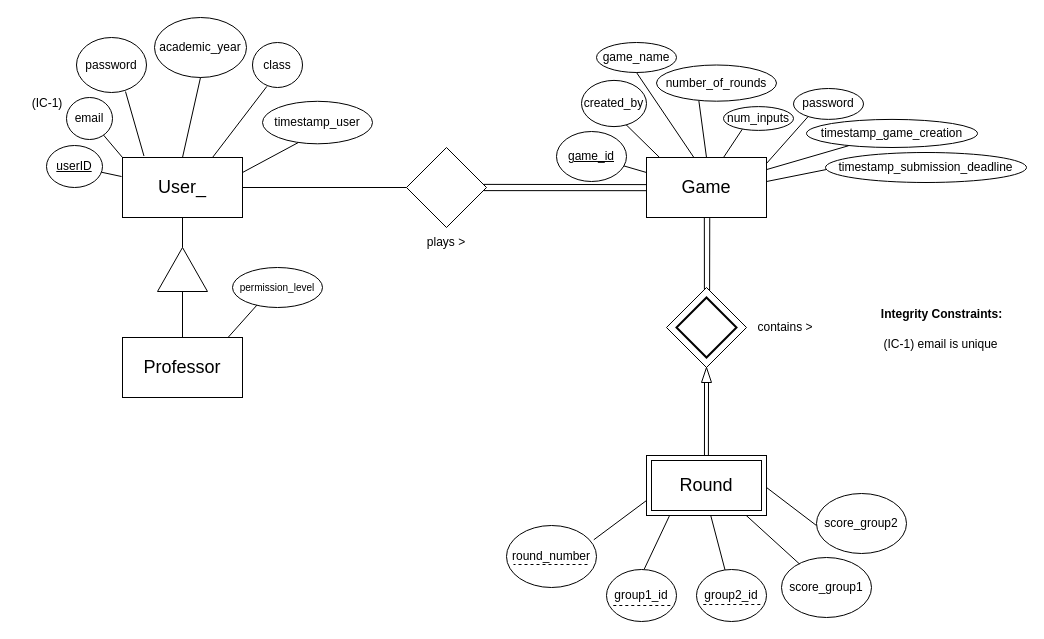
bforbesc/AI-Assistant-Competition keeps this draw.io diagram as E-R_Model/E-R Model.drawio. Above is the earlier version. Source tidied: cells renumbered, new cells numbered last; positions are measured from the earlier drawing's top-left corner, leaving out a move shared by most shapes. Both pictures are drawn from the tidied source at 100%, with x=0, y=0 at pixel (17, 17).
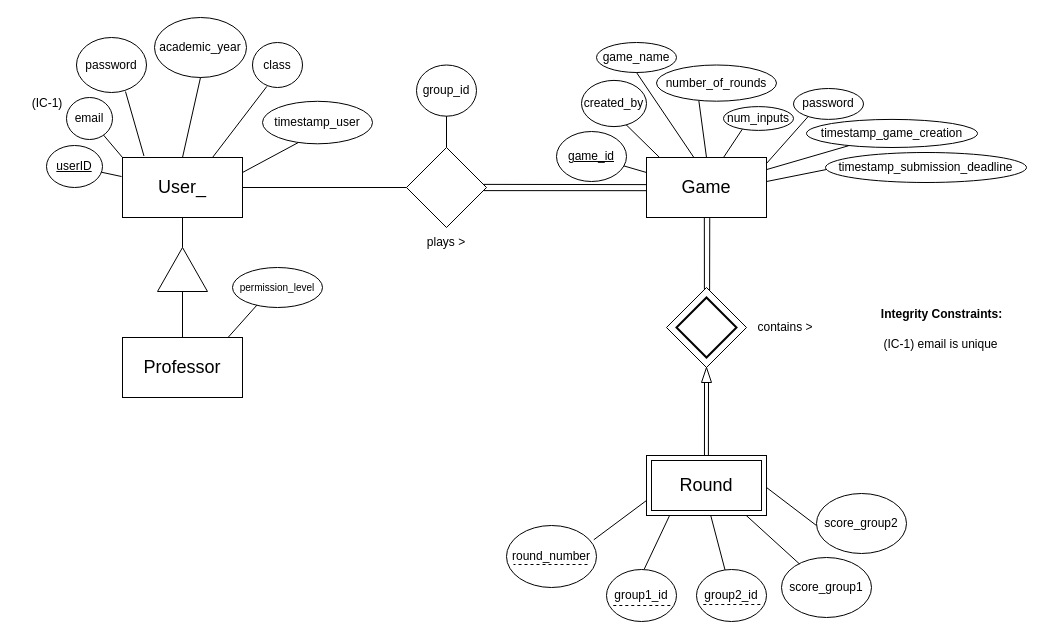
After the change.

Commit message (it also covers changes not shown here):
Changes in the E-R Model, Implement first part of the Play section

Unchanged cells that the change refers to:
```xml
<mxCell id="56" style="rhombus;whiteSpace=wrap;html=1;" parent="1" vertex="1">
  <mxGeometry x="389" y="130" width="80" height="80" as="geometry" />
</mxCell>
```

Diff of the diagram source:
```diff
@@
+    <mxCell id="68" value="group_id" style="ellipse;whiteSpace=wrap;html=1;" parent="1" vertex="1">
+      <mxGeometry x="399" y="47.5" width="60" height="51.2" as="geometry" />
+    </mxCell>
+    <mxCell id="69" style="endArrow=none;html=1;rounded=0;entryX=0.5;entryY=0;entryDx=0;entryDy=0;exitX=0.5;exitY=1;exitDx=0;exitDy=0;" parent="1" edge="1" source="68" target="56">
+      <mxGeometry relative="1" as="geometry" />
+    </mxCell>
```
